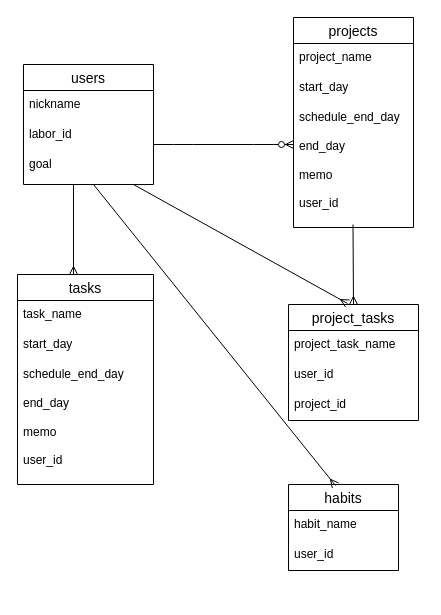
Above: er.dio in kazu7719/jobwin (draw.io), before the change. Source tidied: cells renumbered, new cells numbered last; positions are measured from the earlier drawing's top-left corner, leaving out a move shared by most shapes. Both pictures are drawn from the tidied source at 100%, with x=0, y=0 at pixel (17, 17).
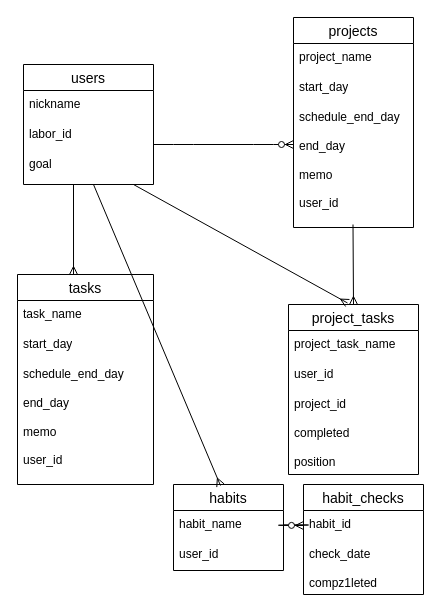
Above is the later version.

The edit, as a diff of the source:
```diff
@@
     <mxCell id="10" value="project_tasks" style="swimlane;fontStyle=0;horizontal=1;startSize=26;align=center;fontSize=14;" parent="1" vertex="1">
-      <mxGeometry x="271" y="287" width="130" height="116" as="geometry" />
+      <mxGeometry x="271" y="287" width="130" height="170" as="geometry" />
     </mxCell>
@@
-    <mxCell id="13" value="project_id" style="text;strokeColor=none;fillColor=none;spacingLeft=4;spacingRight=4;overflow=hidden;fontSize=12;whiteSpace=wrap;html=1;" parent="10" vertex="1">
-      <mxGeometry y="86" width="130" height="30" as="geometry" />
+    <mxCell id="13" value="project_id&lt;div&gt;&lt;br&gt;&lt;/div&gt;&lt;div&gt;completed&lt;/div&gt;&lt;div&gt;&lt;br&gt;&lt;/div&gt;&lt;div&gt;position&lt;/div&gt;" style="text;strokeColor=none;fillColor=none;spacingLeft=4;spacingRight=4;overflow=hidden;fontSize=12;whiteSpace=wrap;html=1;" parent="10" vertex="1">
+      <mxGeometry y="86" width="130" height="84" as="geometry" />
     </mxCell>
@@
     <mxCell id="18" value="habits" style="swimlane;fontStyle=0;horizontal=1;startSize=26;align=center;fontSize=14;" parent="1" vertex="1">
-      <mxGeometry x="271" y="467" width="110" height="86" as="geometry" />
+      <mxGeometry x="156" y="467" width="110" height="86" as="geometry" />
     </mxCell>
@@
+    <mxCell id="26" value="habit_checks" style="swimlane;fontStyle=0;horizontal=1;startSize=26;align=center;fontSize=14;" parent="1" vertex="1">
+      <mxGeometry x="286" y="467" width="120" height="110" as="geometry" />
+    </mxCell>
+    <mxCell id="27" value="habit_id" style="text;strokeColor=none;fillColor=none;spacingLeft=4;spacingRight=4;overflow=hidden;points=[[0,0.5],[1,0.5]];portConstraint=eastwest;fontSize=12;whiteSpace=wrap;html=1;" parent="26" vertex="1">
+      <mxGeometry y="26" width="120" height="30" as="geometry" />
+    </mxCell>
+    <mxCell id="28" style="edgeStyle=entityRelationEdgeStyle;fontSize=12;html=1;endArrow=ERzeroToMany;endFill=1;entryX=0;entryY=0.5;entryDx=0;entryDy=0;" parent="26" edge="1" target="27">
+      <mxGeometry relative="1" as="geometry">
+        <mxPoint x="-20" y="40.5" as="sourcePoint" />
+      </mxGeometry>
+    </mxCell>
+    <mxCell id="29" value="check_date&lt;div&gt;&lt;br&gt;&lt;/div&gt;&lt;div&gt;compz1leted&lt;/div&gt;" style="text;strokeColor=none;fillColor=none;spacingLeft=4;spacingRight=4;overflow=hidden;fontSize=12;whiteSpace=wrap;html=1;" parent="26" vertex="1">
+      <mxGeometry y="56" width="120" height="54" as="geometry" />
+    </mxCell>
```
